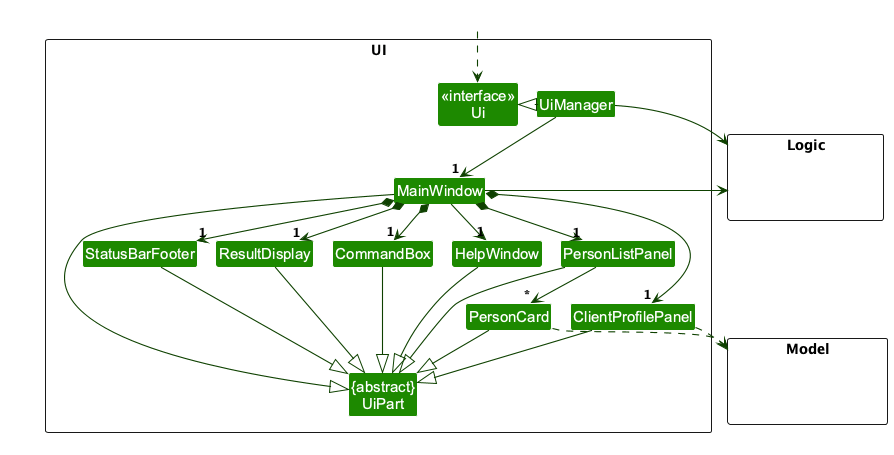
AY2627S1-CS2103T-W13-3/tp keeps this PlantUML diagram as docs/images/UiClassDiagram.png. Above is the earlier version. Source of this version:
```plantuml
@startuml
!pragma layout smetana
!include style.puml
skinparam arrowThickness 1.1
skinparam arrowColor UI_COLOR_T4
skinparam classBackgroundColor UI_COLOR

package UI <<Rectangle>>{
Class "<<interface>>\nUi" as Ui
Class "{abstract}\nUiPart" as UiPart
Class UiManager
Class MainWindow
Class HelpWindow
Class ResultDisplay
Class ClientProfilePanel
Class PersonListPanel
Class PersonCard
Class StatusBarFooter
Class CommandBox
}

package Model <<Rectangle>> {
Class HiddenModel #FFFFFF
}

package Logic <<Rectangle>> {
Class HiddenLogic #FFFFFF
}

Class HiddenOutside #FFFFFF
HiddenOutside ..> Ui

UiManager .left.|> Ui
UiManager -down-> "1" MainWindow
MainWindow *-down->  "1" CommandBox
MainWindow *-down-> "1" ResultDisplay
MainWindow *-down-> "1" PersonListPanel
MainWindow *-down-> "1" StatusBarFooter
MainWindow *--> "1" ClientProfilePanel
MainWindow --> "1" HelpWindow

PersonListPanel -down-> "*" PersonCard

MainWindow -left-|> UiPart

ResultDisplay --|> UiPart
CommandBox --|> UiPart
PersonListPanel --|> UiPart
PersonCard --|> UiPart
ClientProfilePanel --|> UiPart
StatusBarFooter --|> UiPart
HelpWindow --|> UiPart

PersonCard ..> Model
ClientProfilePanel ..> Model
UiManager -right-> Logic
MainWindow -left-> Logic

PersonListPanel -[hidden]left- HelpWindow
HelpWindow -[hidden]left- CommandBox
CommandBox -[hidden]left- ResultDisplay
ResultDisplay -[hidden]left- StatusBarFooter

MainWindow -[hidden]-|> UiPart
@enduml
```
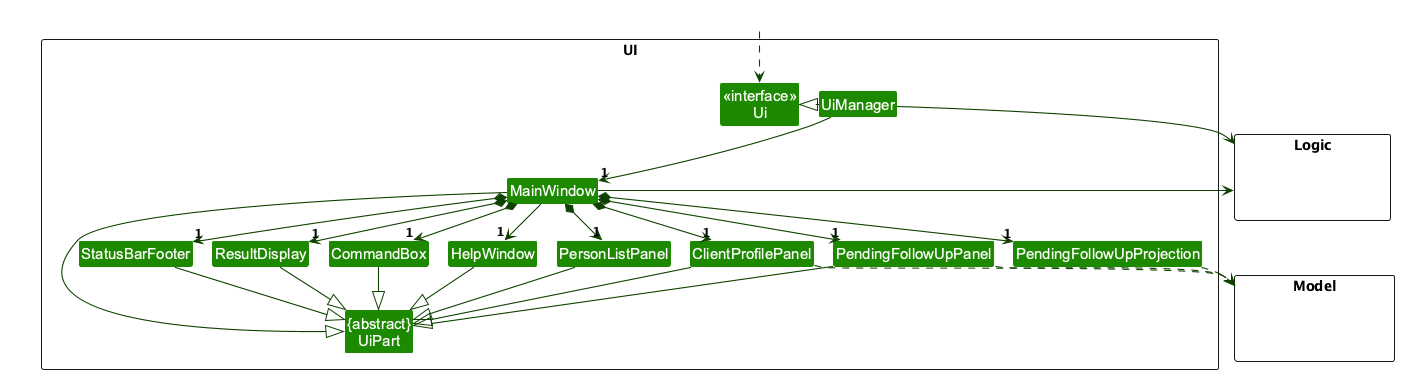
Above is the later version.

The edit, as a diff of the source:
```diff
@@ -1,5 +1,4 @@
 @startuml
-!pragma layout smetana
 !include style.puml
 skinparam arrowThickness 1.1
 skinparam arrowColor UI_COLOR_T4
@@ -14,7 +13,8 @@
 Class ResultDisplay
 Class ClientProfilePanel
 Class PersonListPanel
-Class PersonCard
+Class PendingFollowUpPanel
+Class PendingFollowUpProjection
 Class StatusBarFooter
 Class CommandBox
 }
@@ -39,19 +39,21 @@
 MainWindow *--> "1" ClientProfilePanel
 MainWindow --> "1" HelpWindow
 
-PersonListPanel -down-> "*" PersonCard
+MainWindow *--> "1" PendingFollowUpPanel
+MainWindow *--> "1" PendingFollowUpProjection
 
 MainWindow -left-|> UiPart
 
 ResultDisplay --|> UiPart
 CommandBox --|> UiPart
 PersonListPanel --|> UiPart
-PersonCard --|> UiPart
+PendingFollowUpPanel --|> UiPart
 ClientProfilePanel --|> UiPart
 StatusBarFooter --|> UiPart
 HelpWindow --|> UiPart
 
-PersonCard ..> Model
+PendingFollowUpProjection ..> Model
+PendingFollowUpPanel ..> Model
 ClientProfilePanel ..> Model
 UiManager -right-> Logic
 MainWindow -left-> Logic
```
